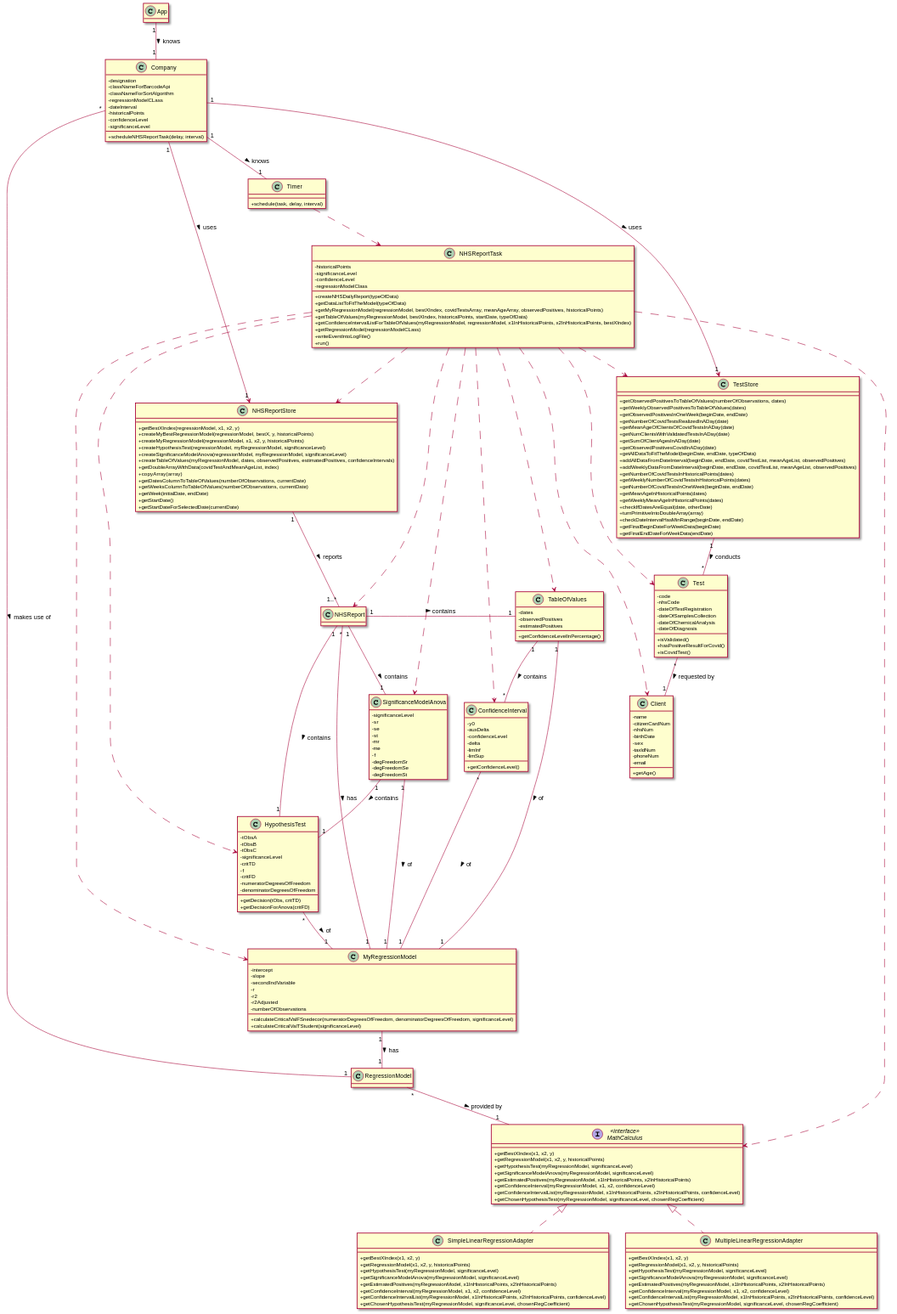
The PlantUML diagram docs/SprintD/US_19/US19_CD.svg in ana-albergaria/LAPR2-ISEP, before a commit. The source it was exported from:
```plantuml
@startuml

skinparam classAttributeIconSize 0
hide empty methods


class Company {
-designation
-classNameForBarcodeApi
-classNameForSortAlgorithm
-regressionModelCLass
-dateInterval
-historicalPoints
-confidenceLevel
-significanceLevel
+scheduleNHSReportTask(delay, interval)
}

class NHSReport {}

class RegressionModel {}

class HypothesisTest {
-tObsA
-tObsB
-tObsC
-significanceLevel
-critTD
-f
-critFD
-numeratorDegreesOfFreedom
-denominatorDegreesOfFreedom
+getDecision(tObs, critTD)
+getDecisionForAnova(critFD)
}

class SignificanceModelAnova {
-significanceLevel
-sr
-se
-st
-mr
-me
-f
-degFreedomSr
-degFreedomSe
-degFreedomSt
}

class TableOfValues {
-dates
-observedPositives
-estimatedPositives
+getConfidenceLevelInPercentage()
}

class ConfidenceInterval {
-y0
-auxDelta
-confidenceLevel
-delta
-limInf
-limSup
+getConfidenceLevel()
}

class Timer {
+schedule(task, delay, interval)
}

class NHSReportStore {
+getBestXIndex(regressionModel, x1, x2, y)
+createMyBestRegressionModel(regressionModel, bestX, y, historicalPoints)
+createMyRegressionModel(regressionModel, x1, x2, y, historicalPoints)
+createHypothesisTest(regressionModel, myRegressionModel, significanceLevel)
+createSignificanceModelAnova(regressionModel, myRegressionModel, significanceLevel)
+createTableOfValues(myRegressionModel, dates, observedPositives, estimatedPositives, confidenceIntervals)
+getDoubleArrayWithData(covidTestAndMeanAgeList, index)
+copyArray(array)
+getDatesColumnToTableOfValues(numberOfObservations, currentDate)
+getWeeksColumnToTableOfValues(numberOfObservations, currentDate)
+getWeek(initialDate, endDate)
+getStartDate()
+getStartDateForSelectedDate(currentDate)
}

class TestStore {
+getObservedPositivesToTableOfValues(numberOfObservations, dates)
+getWeeklyObservedPositivesToTableOfValues(dates)
+getObservedPositivesInOneWeek(beginDate, endDate)
+getNumberOfCovidTestsRealizedInADay(date)
+getMeanAgeOfClientsOfCovidTestsInADay(date)
+getNumClientsWithValidatedTestsInADay(date)
+getSumOfClientAgesInADay(date)
+getObservedPositivesCovidInADay(date)
+getAllDataToFitTheModel(beginDate, endDate, typeOfData)
+addAllDataFromDateInterval(beginDate, endDate, covidTestList, meanAgeList, observedPositives)
+addWeeklyDataFromDateInterval(beginDate, endDate, covidTestList, meanAgeList, observedPositives)
+getNumberOfCovidTestsInHistoricalPoints(dates)
+getWeeklyNumberOfCovidTestsInHistoricalPoints(dates)
+getNumberOfCovidTestsInOneWeek(beginDate, endDate)
+getMeanAgeInHistoricalPoints(dates)
+getWeeklyMeanAgeInHistoricalPoints(dates)
+checkIfDatesAreEqual(date, otherDate)
+turnPrimitiveIntoDoubleArray(array)
+checkDateIntervalHasMinRange(beginDate, endDate)
+getFinalBeginDateForWeekData(beginDate)
+getFinalEndDateForWeekData(endDate)
}

class SimpleLinearRegressionAdapter {
+getBestXIndex(x1, x2, y)
+getRegressionModel(x1, x2, y, historicalPoints)
+getHypothesisTest(myRegressionModel, significanceLevel)
+getSignificanceModelAnova(myRegressionModel, significanceLevel)
+getEstimatedPositives(myRegressionModel, x1InHistoricalPoints, x2InHistoricalPoints)
+getConfidenceInterval(myRegressionModel, x1, x2, confidenceLevel)
+getConfidenceIntervalList(myRegressionModel, x1InHistoricalPoints, x2InHistoricalPoints, confidenceLevel)
+getChosenHypothesisTest(myRegressionModel, significanceLevel, chosenRegCoefficient)
}

class MultipleLinearRegressionAdapter {
+getBestXIndex(x1, x2, y)
+getRegressionModel(x1, x2, y, historicalPoints)
+getHypothesisTest(myRegressionModel, significanceLevel)
+getSignificanceModelAnova(myRegressionModel, significanceLevel)
+getEstimatedPositives(myRegressionModel, x1InHistoricalPoints, x2InHistoricalPoints)
+getConfidenceInterval(myRegressionModel, x1, x2, confidenceLevel)
+getConfidenceIntervalList(myRegressionModel, x1InHistoricalPoints, x2InHistoricalPoints, confidenceLevel)
+getChosenHypothesisTest(myRegressionModel, significanceLevel, chosenRegCoefficient)
}

class RegressionModel {}

class NHSReportTask {
-historicalPoints
-significanceLevel
-confidenceLevel
-regressionModelClass
+createNHSDailyReport(typeOfData)
+getDataListToFitTheModel(typeOfData)
+getMyRegressionModel(regressionModel, bestXIndex, covidTestsArray, meanAgeArray, observedPositives, historicalPoints)
+getTableOfValues(myRegressionModel, bestXIndex, historicalPoints, startDate, typeOfData)
+getConfidenceIntervalListForTableOfValues(myRegressionModel, regressionModel, x1InHistoricalPoints, x2InHistoricalPoints, bestXIndex)
+getRegressionModel(regressionModelCLass)
+writeEventIntoLogFile()
+run()
}

class MyRegressionModel {
-intercept
-slope
-secondIndVariable
-r
-r2
-r2Adjusted
-numberOfObservations
+calculateCriticalValFSnedecor(numeratorDegreesOfFreedom, denominatorDegreesOfFreedom, significanceLevel)
+calculateCriticalValTStudent(significanceLevel)
}

interface MathCalculus <<interface>> {
+getBestXIndex(x1, x2, y)
+getRegressionModel(x1, x2, y, historicalPoints)
+getHypothesisTest(myRegressionModel, significanceLevel)
+getSignificanceModelAnova(myRegressionModel, significanceLevel)
+getEstimatedPositives(myRegressionModel, x1InHistoricalPoints, x2InHistoricalPoints)
+getConfidenceInterval(myRegressionModel, x1, x2, confidenceLevel)
+getConfidenceIntervalList(myRegressionModel, x1InHistoricalPoints, x2InHistoricalPoints, confidenceLevel)
+getChosenHypothesisTest(myRegressionModel, significanceLevel, chosenRegCoefficient)
}

class Test {
- code
- nhsCode
- dateOfTestRegistration
- dateOfSamplesCollection
- dateOfChemicalAnalysis
- dateOfDiagnosis
+isValidated()
+hasPositiveResultForCovid()
+isCovidTest()
}

class Client {
- name
- citizenCardNum
- nhsNum
- birthDate
- sex
- taxIdNum
- phoneNum
- email
+getAge()
}

class App {}

App "1" -- "1" Company : knows >
Company "1" -- "1" Timer : knows >
NHSReport "*" -- "1" MyRegressionModel : has >
NHSReport "1" -- "1" HypothesisTest : contains >
NHSReport "1" -- "1" SignificanceModelAnova : contains >
Company "*" -- "1" RegressionModel : makes use of >
HypothesisTest "*" -- "1" MyRegressionModel : of >
SignificanceModelAnova "1" -- "1" MyRegressionModel : of >
SignificanceModelAnova "1" -- "1" HypothesisTest : contains >
NHSReport "1" - "1" TableOfValues : contains >
TableOfValues "1" -- "1" MyRegressionModel : of >
TableOfValues "1" -- "*" ConfidenceInterval : contains >
ConfidenceInterval "*" -- "1" MyRegressionModel : of >
RegressionModel "*" -- "1" MathCalculus : provided by >
MyRegressionModel "1" -- "1" RegressionModel : has >
Test "*" -- "1" Client : requested by >

class SimpleLinearRegressionAdapter implements MathCalculus
class MultipleLinearRegressionAdapter implements MathCalculus



NHSReportTask ..> TestStore
NHSReportTask ..> NHSReportStore
NHSReportTask ..> NHSReport
NHSReportTask ..> Test
NHSReportTask ..> TableOfValues
NHSReportTask ..> SignificanceModelAnova
NHSReportTask ..> ConfidenceInterval
NHSReportTask ..> HypothesisTest
NHSReportTask ..> MyRegressionModel
NHSReportTask ..> MathCalculus
NHSReportTask ..> Client
Timer ..> NHSReportTask



Company "1" --> "1" TestStore : uses >
Company "1" --> "1" NHSReportStore : uses >
TestStore "1" -- "*" Test : conducts >
NHSReportStore "1" -- "1..*" NHSReport : reports >


@enduml
```
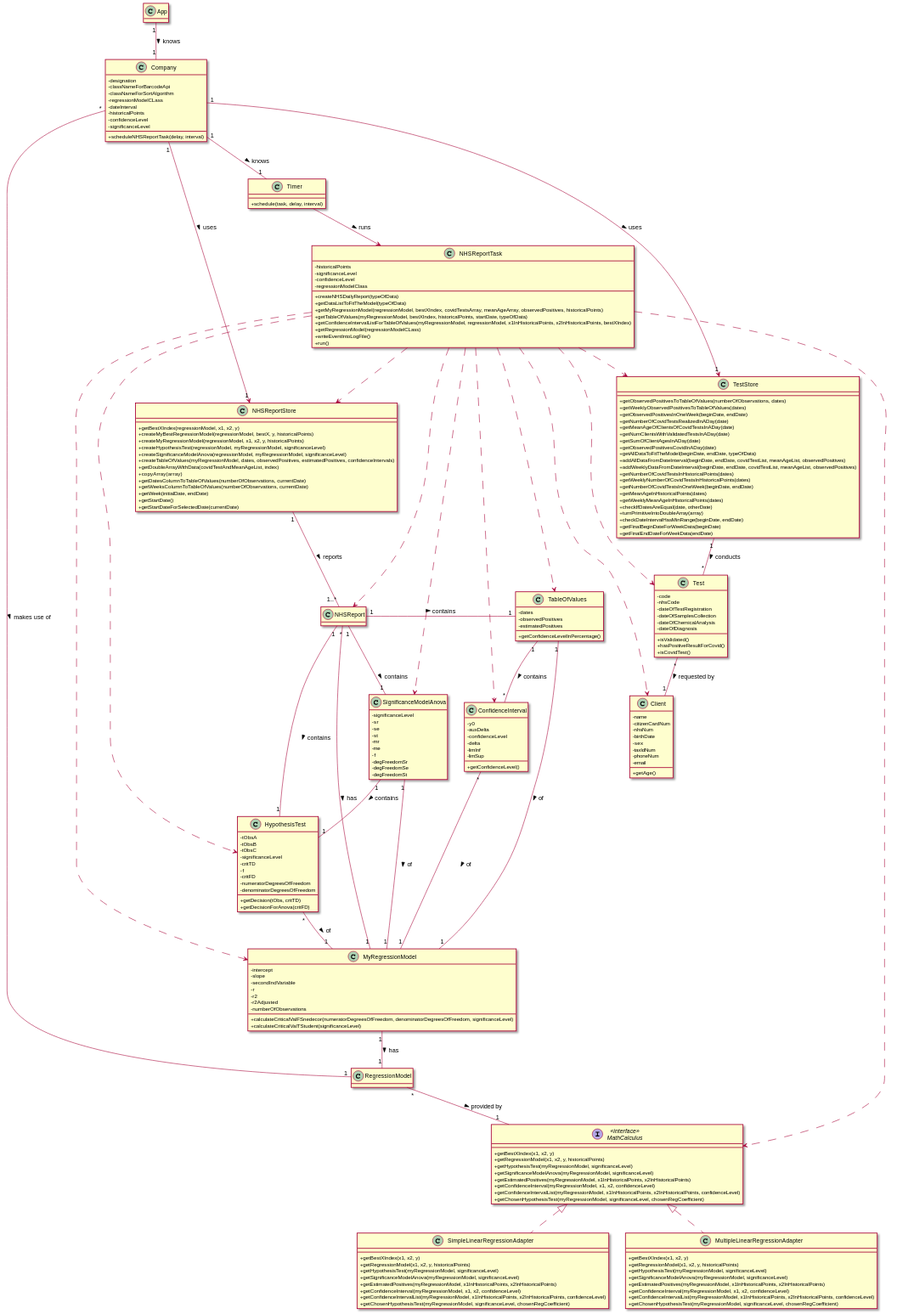
After the commit.

What changed in the source:
```diff
@@ -229,7 +229,7 @@
 NHSReportTask ..> MyRegressionModel
 NHSReportTask ..> MathCalculus
 NHSReportTask ..> Client
-Timer ..> NHSReportTask
+Timer --> NHSReportTask : runs >
 
 
 
```
